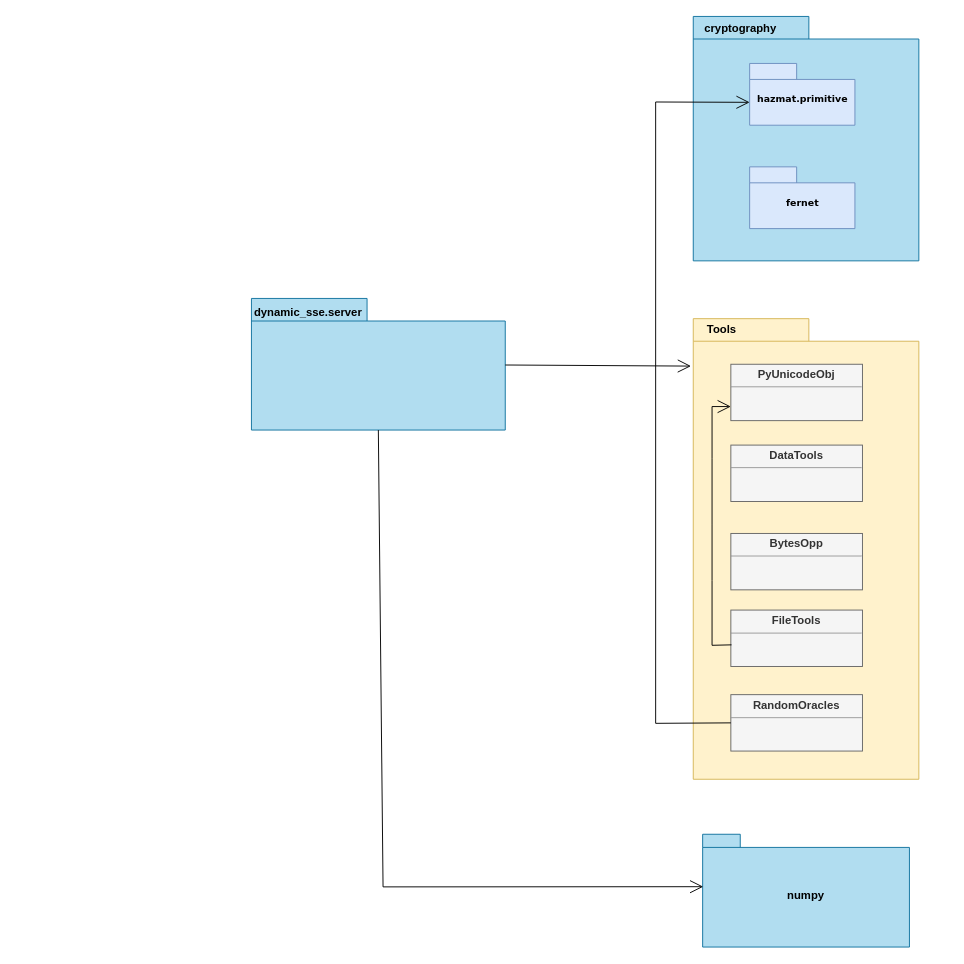
The draw.io diagram page "server" (5 of 5) of diagrams/structural/client_package.drawio in thisisel/dynamic-sse, before the edit. Source tidied: cells renumbered, new cells numbered last; positions are measured from the earlier drawing's top-left corner, leaving out a move shared by most shapes. Both pictures are drawn from the tidied source at 94%, with x=0, y=0 at pixel (251, 16).
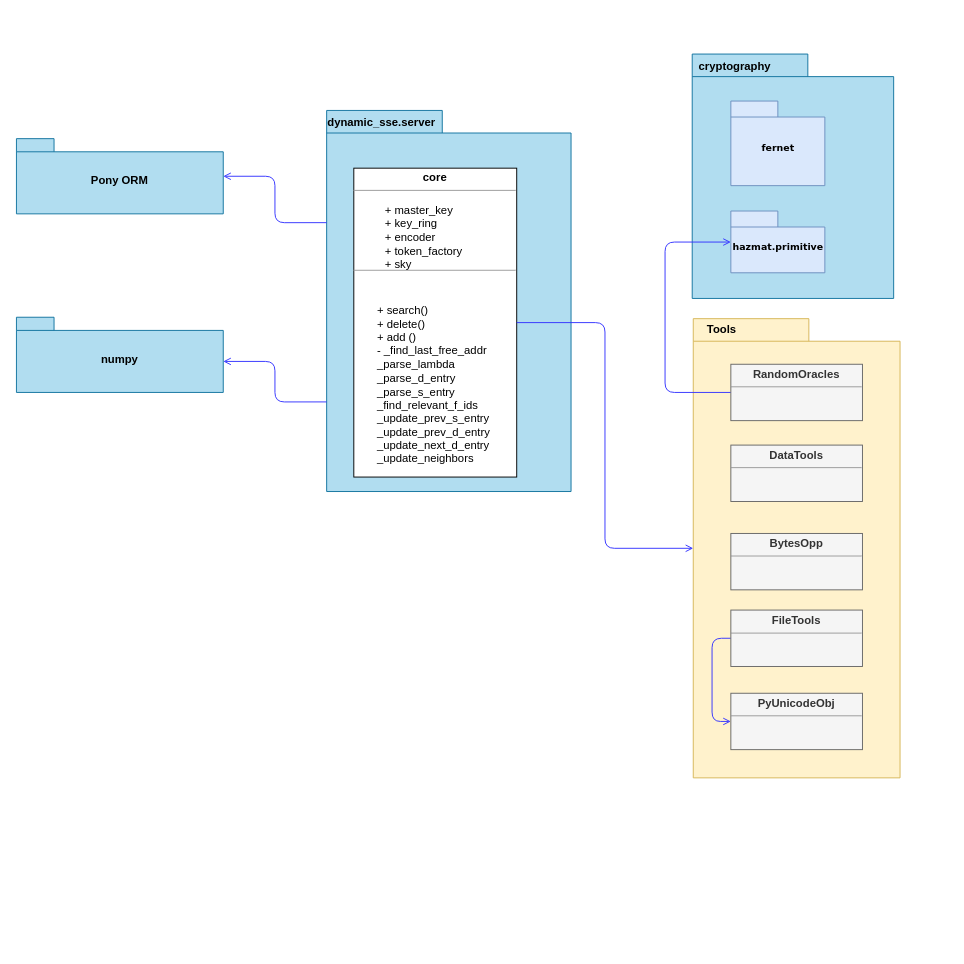
The same page after the edit.

The edit, as a diff of the source:
```diff
@@
-    <mxCell id="0" />
-    <mxCell id="1" parent="0" />
-    <mxCell id="2" style="group;" parent="1" vertex="1">
-      <mxGeometry x="460" width="280" height="260" as="geometry" />
-    </mxCell>
-    <mxCell id="3" style="shape=folder;fontStyle=1;spacingTop=10;tabWidth=123;tabHeight=24;tabPosition=left;html=1;rounded=0;shadow=0;comic=0;labelBackgroundColor=none;strokeWidth=1;fontFamily=Verdana;fontSize=10;align=center;fillColor=#b1ddf0;strokeColor=#10739e;" parent="2" vertex="1">
-      <mxGeometry x="10" width="240" height="260" as="geometry" />
-    </mxCell>
+    <mxCell id="24" />
+    <mxCell id="25" parent="24" />
+    <mxCell id="26" style="group;" parent="25" vertex="1">
+      <mxGeometry x="460" y="40" width="250" height="260" as="geometry" />
+    </mxCell>
+    <mxCell id="27" style="shape=folder;fontStyle=1;spacingTop=10;tabWidth=123;tabHeight=24;tabPosition=left;html=1;rounded=0;shadow=0;comic=0;labelBackgroundColor=none;strokeWidth=1;fontFamily=Verdana;fontSize=10;align=center;fillColor=#b1ddf0;strokeColor=#10739e;" parent="26" vertex="1">
+      <mxGeometry x="8.9" width="214.3" height="260" as="geometry" />
+    </mxCell>
-    <mxCell id="4" value="hazmat.primitive" style="shape=folder;fontStyle=1;spacingTop=10;tabWidth=50;tabHeight=17;tabPosition=left;html=1;rounded=0;shadow=0;comic=0;labelBackgroundColor=none;strokeWidth=1;fontFamily=Verdana;fontSize=10;align=center;fillColor=#dae8fc;strokeColor=#6c8ebf;" parent="2" vertex="1">
-      <mxGeometry x="70" y="50" width="112" height="65.7" as="geometry" />
+    <mxCell id="4" value="hazmat.primitive" style="shape=folder;fontStyle=1;spacingTop=10;tabWidth=50;tabHeight=17;tabPosition=left;html=1;rounded=0;shadow=0;comic=0;labelBackgroundColor=none;strokeWidth=1;fontFamily=Verdana;fontSize=10;align=center;fillColor=#dae8fc;strokeColor=#6c8ebf;" parent="26" vertex="1">
+      <mxGeometry x="50" y="167" width="100" height="65.7" as="geometry" />
     </mxCell>
+    <mxCell id="6" value="cryptography" style="text;align=center;fontStyle=1;verticalAlign=middle;spacingLeft=3;spacingRight=3;strokeColor=none;html=1;" parent="26" vertex="1">
+      <mxGeometry x="17.9" width="71.4" height="26" as="geometry" />
+    </mxCell>
-    <mxCell id="5" value="fernet" style="shape=folder;fontStyle=1;spacingTop=10;tabWidth=50;tabHeight=17;tabPosition=left;html=1;rounded=0;shadow=0;comic=0;labelBackgroundColor=none;strokeWidth=1;fontFamily=Verdana;fontSize=10;align=center;fillColor=#dae8fc;strokeColor=#6c8ebf;" parent="2" vertex="1">
-      <mxGeometry x="70" y="160" width="112" height="65.7" as="geometry" />
+    <mxCell id="5" value="fernet" style="shape=folder;fontStyle=1;spacingTop=10;tabWidth=50;tabHeight=17;tabPosition=left;html=1;rounded=0;shadow=0;comic=0;labelBackgroundColor=none;strokeWidth=1;fontFamily=Verdana;fontSize=10;align=center;fillColor=#dae8fc;strokeColor=#6c8ebf;" parent="26" vertex="1">
+      <mxGeometry x="50" y="50" width="100" height="90" as="geometry" />
     </mxCell>
-    <mxCell id="6" value="cryptography" style="text;align=center;fontStyle=1;verticalAlign=middle;spacingLeft=3;spacingRight=3;strokeColor=none;html=1;" parent="2" vertex="1">
-      <mxGeometry x="20" width="80" height="26" as="geometry" />
-    </mxCell>
-    <mxCell id="7" style="shape=folder;fontStyle=1;spacingTop=10;tabWidth=123;tabHeight=24;tabPosition=left;html=1;rounded=0;shadow=0;comic=0;labelBackgroundColor=none;strokeColor=#d6b656;strokeWidth=1;fillColor=#fff2cc;fontFamily=Verdana;fontSize=10;align=center;" parent="1" vertex="1">
-      <mxGeometry x="470" y="321.5" width="240" height="490" as="geometry" />
-    </mxCell>
-    <mxCell id="8" style="edgeStyle=elbowEdgeStyle;rounded=0;html=1;entryX=0.559;entryY=0.251;entryPerimeter=0;dashed=1;labelBackgroundColor=none;startFill=0;endArrow=open;endFill=0;endSize=10;fontFamily=Verdana;fontSize=10;" parent="1" edge="1">
-      <mxGeometry relative="1" as="geometry">
-        <mxPoint x="1249.8" y="454.5" as="sourcePoint" />
-      </mxGeometry>
-    </mxCell>
+    <mxCell id="28" style="shape=folder;fontStyle=1;spacingTop=10;tabWidth=123;tabHeight=24;tabPosition=left;html=1;rounded=0;shadow=0;comic=0;labelBackgroundColor=none;strokeColor=#d6b656;strokeWidth=1;fillColor=#fff2cc;fontFamily=Verdana;fontSize=10;align=center;" parent="25" vertex="1">
+      <mxGeometry x="470" y="321.5" width="220" height="488.5" as="geometry" />
+    </mxCell>
-    <mxCell id="9" value="Tools" style="text;align=center;fontStyle=1;verticalAlign=middle;spacingLeft=3;spacingRight=3;strokeColor=none;html=1;" parent="1" vertex="1">
+    <mxCell id="9" value="Tools" style="text;align=center;fontStyle=1;verticalAlign=middle;spacingLeft=3;spacingRight=3;strokeColor=none;html=1;" parent="25" vertex="1">
       <mxGeometry x="460" y="320" width="80" height="26" as="geometry" />
     </mxCell>
-    <mxCell id="10" value="&lt;p style=&quot;margin:0px;margin-top:4px;text-align:center;&quot;&gt;&lt;b&gt;BytesOpp&lt;/b&gt;&lt;/p&gt;&lt;hr size=&quot;1&quot;&gt;&lt;div style=&quot;height:2px;&quot;&gt;&lt;/div&gt;" style="verticalAlign=top;align=left;overflow=fill;fontSize=12;fontFamily=Helvetica;html=1;whiteSpace=wrap;fillColor=#f5f5f5;fontColor=#333333;strokeColor=#666666;" parent="1" vertex="1">
+    <mxCell id="10" value="&lt;p style=&quot;margin:0px;margin-top:4px;text-align:center;&quot;&gt;&lt;b&gt;BytesOpp&lt;/b&gt;&lt;/p&gt;&lt;hr size=&quot;1&quot;&gt;&lt;div style=&quot;height:2px;&quot;&gt;&lt;/div&gt;" style="verticalAlign=top;align=left;overflow=fill;fontSize=12;fontFamily=Helvetica;html=1;whiteSpace=wrap;fillColor=#f5f5f5;fontColor=#333333;strokeColor=#666666;" parent="25" vertex="1">
       <mxGeometry x="510" y="550" width="140" height="60" as="geometry" />
     </mxCell>
-    <mxCell id="11" value="&lt;p style=&quot;margin:0px;margin-top:4px;text-align:center;&quot;&gt;&lt;b&gt;DataTools&lt;/b&gt;&lt;/p&gt;&lt;hr size=&quot;1&quot;&gt;&lt;div style=&quot;height:2px;&quot;&gt;&lt;/div&gt;" style="verticalAlign=top;align=left;overflow=fill;fontSize=12;fontFamily=Helvetica;html=1;whiteSpace=wrap;fillColor=#f5f5f5;fontColor=#333333;strokeColor=#666666;" parent="1" vertex="1">
+    <mxCell id="11" value="&lt;p style=&quot;margin:0px;margin-top:4px;text-align:center;&quot;&gt;&lt;b&gt;DataTools&lt;/b&gt;&lt;/p&gt;&lt;hr size=&quot;1&quot;&gt;&lt;div style=&quot;height:2px;&quot;&gt;&lt;/div&gt;" style="verticalAlign=top;align=left;overflow=fill;fontSize=12;fontFamily=Helvetica;html=1;whiteSpace=wrap;fillColor=#f5f5f5;fontColor=#333333;strokeColor=#666666;" parent="25" vertex="1">
       <mxGeometry x="510" y="456" width="140" height="60" as="geometry" />
     </mxCell>
+    <mxCell id="15" style="edgeStyle=orthogonalEdgeStyle;rounded=1;jettySize=auto;html=1;exitX=0;exitY=0.5;exitDx=0;exitDy=0;strokeColor=#3333FF;endArrow=open;endFill=0;" parent="25" edge="1" source="12" target="14">
+      <mxGeometry relative="1" as="geometry">
+        <Array as="points">
+          <mxPoint x="490" y="662" />
+          <mxPoint x="490" y="750" />
+        </Array>
+      </mxGeometry>
+    </mxCell>
-    <mxCell id="12" value="&lt;p style=&quot;margin:0px;margin-top:4px;text-align:center;&quot;&gt;&lt;b&gt;FileTools&lt;/b&gt;&lt;/p&gt;&lt;hr size=&quot;1&quot;&gt;&lt;div style=&quot;height:2px;&quot;&gt;&lt;/div&gt;" style="verticalAlign=top;align=left;overflow=fill;fontSize=12;fontFamily=Helvetica;html=1;whiteSpace=wrap;fillColor=#f5f5f5;fontColor=#333333;strokeColor=#666666;" parent="1" vertex="1">
+    <mxCell id="12" value="&lt;p style=&quot;margin:0px;margin-top:4px;text-align:center;&quot;&gt;&lt;b&gt;FileTools&lt;/b&gt;&lt;/p&gt;&lt;hr size=&quot;1&quot;&gt;&lt;div style=&quot;height:2px;&quot;&gt;&lt;/div&gt;" style="verticalAlign=top;align=left;overflow=fill;fontSize=12;fontFamily=Helvetica;html=1;whiteSpace=wrap;fillColor=#f5f5f5;fontColor=#333333;strokeColor=#666666;" parent="25" vertex="1">
       <mxGeometry x="510" y="631.5" width="140" height="60" as="geometry" />
     </mxCell>
+    <mxCell id="16" style="edgeStyle=orthogonalEdgeStyle;rounded=1;jettySize=auto;html=1;exitX=0;exitY=0.5;exitDx=0;exitDy=0;strokeColor=#3333FF;endArrow=open;endFill=0;" parent="25" edge="1" source="13" target="4">
+      <mxGeometry relative="1" as="geometry">
+        <Array as="points">
+          <mxPoint x="440" y="400" />
+          <mxPoint x="440" y="240" />
+        </Array>
+      </mxGeometry>
+    </mxCell>
-    <mxCell id="13" value="&lt;p style=&quot;margin:0px;margin-top:4px;text-align:center;&quot;&gt;&lt;b&gt;RandomOracles&lt;/b&gt;&lt;/p&gt;&lt;hr size=&quot;1&quot;&gt;&lt;div style=&quot;height:2px;&quot;&gt;&lt;/div&gt;" style="verticalAlign=top;align=left;overflow=fill;fontSize=12;fontFamily=Helvetica;html=1;whiteSpace=wrap;fillColor=#f5f5f5;fontColor=#333333;strokeColor=#666666;" parent="1" vertex="1">
-      <mxGeometry x="510" y="721.5" width="140" height="60" as="geometry" />
+    <mxCell id="13" value="&lt;p style=&quot;margin:0px;margin-top:4px;text-align:center;&quot;&gt;&lt;b&gt;RandomOracles&lt;/b&gt;&lt;/p&gt;&lt;hr size=&quot;1&quot;&gt;&lt;div style=&quot;height:2px;&quot;&gt;&lt;/div&gt;" style="verticalAlign=top;align=left;overflow=fill;fontSize=12;fontFamily=Helvetica;html=1;whiteSpace=wrap;fillColor=#f5f5f5;fontColor=#333333;strokeColor=#666666;" parent="25" vertex="1">
+      <mxGeometry x="510" y="370" width="140" height="60" as="geometry" />
     </mxCell>
-    <mxCell id="14" value="&lt;p style=&quot;margin:0px;margin-top:4px;text-align:center;&quot;&gt;&lt;b&gt;PyUnicodeObj&lt;/b&gt;&lt;/p&gt;&lt;hr size=&quot;1&quot;&gt;&lt;div style=&quot;height:2px;&quot;&gt;&lt;/div&gt;" style="verticalAlign=top;align=left;overflow=fill;fontSize=12;fontFamily=Helvetica;html=1;whiteSpace=wrap;fillColor=#f5f5f5;fontColor=#333333;strokeColor=#666666;" parent="1" vertex="1">
-      <mxGeometry x="510" y="370" width="140" height="60" as="geometry" />
+    <mxCell id="14" value="&lt;p style=&quot;margin:0px;margin-top:4px;text-align:center;&quot;&gt;&lt;b&gt;PyUnicodeObj&lt;/b&gt;&lt;/p&gt;&lt;hr size=&quot;1&quot;&gt;&lt;div style=&quot;height:2px;&quot;&gt;&lt;/div&gt;" style="verticalAlign=top;align=left;overflow=fill;fontSize=12;fontFamily=Helvetica;html=1;whiteSpace=wrap;fillColor=#f5f5f5;fontColor=#333333;strokeColor=#666666;" parent="25" vertex="1">
+      <mxGeometry x="510" y="720" width="140" height="60" as="geometry" />
     </mxCell>
-    <mxCell id="15" style="endArrow=open;endFill=1;endSize=12;html=1;rounded=0;exitX=0.005;exitY=0.617;exitDx=0;exitDy=0;exitPerimeter=0;entryX=0;entryY=0.75;entryDx=0;entryDy=0;" parent="1" edge="1" source="12" target="14">
-      <mxGeometry relative="1" as="geometry">
-        <Array as="points">
-          <mxPoint x="490" y="669" />
-          <mxPoint x="490" y="600" />
-          <mxPoint x="490" y="540" />
-          <mxPoint x="490" y="470" />
-          <mxPoint x="490" y="415" />
-        </Array>
-      </mxGeometry>
-    </mxCell>
-    <mxCell id="16" style="endArrow=open;endFill=1;endSize=12;html=1;rounded=0;exitX=0;exitY=0.5;exitDx=0;exitDy=0;entryX=0;entryY=0;entryDx=0;entryDy=41.355;entryPerimeter=0;" parent="1" edge="1" source="13" target="4">
-      <mxGeometry relative="1" as="geometry">
-        <Array as="points">
-          <mxPoint x="430" y="752" />
-          <mxPoint x="430" y="91" />
-        </Array>
-      </mxGeometry>
-    </mxCell>
-    <mxCell id="17" style="group;" parent="1" vertex="1">
-      <mxGeometry y="300" width="270" height="140" as="geometry" />
-    </mxCell>
-    <mxCell id="18" style="group;" parent="17" vertex="1">
-      <mxGeometry width="270" height="140" as="geometry" />
-    </mxCell>
-    <mxCell id="19" style="shape=folder;fontStyle=1;spacingTop=10;tabWidth=123;tabHeight=24;tabPosition=left;html=1;rounded=0;shadow=0;comic=0;labelBackgroundColor=none;strokeWidth=1;fontFamily=Verdana;fontSize=10;align=center;fillColor=#b1ddf0;strokeColor=#10739e;" parent="18" vertex="1">
-      <mxGeometry width="270" height="140" as="geometry" />
-    </mxCell>
+    <mxCell id="29" value="Pony ORM" style="shape=folder;fontStyle=1;spacingTop=10;tabWidth=40;tabHeight=14;tabPosition=left;html=1;whiteSpace=wrap;fillColor=#b1ddf0;strokeColor=#10739e;" parent="25" vertex="1">
+      <mxGeometry x="-250" y="130" width="220" height="80" as="geometry" />
+    </mxCell>
+    <mxCell id="30" style="group;" parent="25" vertex="1">
+      <mxGeometry x="310" y="430" width="270" height="140" as="geometry" />
+    </mxCell>
+    <mxCell id="31" style="group;" parent="30" vertex="1">
+      <mxGeometry x="-230" y="-330" width="260" height="430" as="geometry" />
+    </mxCell>
+    <mxCell id="32" style="shape=folder;fontStyle=1;spacingTop=10;tabWidth=123;tabHeight=24;tabPosition=left;html=1;rounded=0;shadow=0;comic=0;labelBackgroundColor=none;strokeWidth=1;fontFamily=Verdana;fontSize=10;align=center;fillColor=#b1ddf0;strokeColor=#10739e;" parent="31" vertex="1">
+      <mxGeometry width="260" height="405.4" as="geometry" />
+    </mxCell>
-    <mxCell id="20" value="dynamic_sse.server" style="text;align=center;fontStyle=1;verticalAlign=middle;spacingLeft=3;spacingRight=3;strokeColor=none;html=1;" parent="18" vertex="1">
-      <mxGeometry x="10" y="2.4" width="100" height="26" as="geometry" />
+    <mxCell id="20" value="dynamic_sse.server" style="text;align=center;fontStyle=1;verticalAlign=middle;spacingLeft=3;spacingRight=3;strokeColor=none;html=1;" parent="31" vertex="1">
+      <mxGeometry x="9.6" y="-24.6" width="96.3" height="75.3" as="geometry" />
     </mxCell>
-    <mxCell id="21" style="endArrow=open;endFill=1;endSize=12;html=1;rounded=0;entryX=-0.01;entryY=0.103;entryDx=0;entryDy=0;entryPerimeter=0;" parent="1" edge="1" source="19" target="7">
-      <mxGeometry relative="1" as="geometry" />
-    </mxCell>
+    <mxCell id="33" value="&lt;p style=&quot;margin:0px;margin-top:4px;text-align:center;&quot;&gt;&lt;b&gt;core&lt;/b&gt;&lt;/p&gt;&lt;hr size=&quot;1&quot;&gt;&lt;div style=&quot;border-color: var(--border-color);&quot;&gt;&lt;br&gt;&lt;br&gt;&lt;/div&gt;&lt;div style=&quot;border-color: var(--border-color);&quot;&gt;&lt;br&gt;&lt;/div&gt;&lt;div style=&quot;border-color: var(--border-color);&quot;&gt;&lt;br&gt;&lt;/div&gt;&lt;div style=&quot;border-color: var(--border-color);&quot;&gt;&lt;br&gt;&lt;/div&gt;&lt;hr size=&quot;1&quot;&gt;&lt;div style=&quot;height:2px;&quot;&gt;&lt;br&gt;&lt;/div&gt;&lt;div style=&quot;height:2px;&quot;&gt;&lt;br&gt;&lt;/div&gt;&lt;div style=&quot;height:2px;&quot;&gt;&lt;br&gt;&lt;/div&gt;" style="verticalAlign=top;align=left;overflow=fill;fontSize=12;fontFamily=Helvetica;html=1;whiteSpace=wrap;" parent="31" vertex="1">
+      <mxGeometry x="28.9" y="61.4" width="173.3" height="328.6" as="geometry" />
+    </mxCell>
+    <mxCell id="34" value="&lt;div style=&quot;text-align: left;&quot;&gt;&lt;span style=&quot;background-color: initial;&quot;&gt;+ master_key&lt;/span&gt;&lt;/div&gt;&lt;div style=&quot;text-align: left;&quot;&gt;&lt;span style=&quot;background-color: initial;&quot;&gt;+ key_ring&lt;/span&gt;&lt;/div&gt;&lt;div style=&quot;text-align: left;&quot;&gt;&lt;span style=&quot;background-color: initial;&quot;&gt;+ encoder&lt;/span&gt;&lt;/div&gt;&lt;div style=&quot;text-align: left;&quot;&gt;&lt;span style=&quot;background-color: initial;&quot;&gt;+ token_factory&lt;/span&gt;&lt;/div&gt;&lt;div style=&quot;text-align: left;&quot;&gt;&lt;span style=&quot;background-color: initial;&quot;&gt;+ sky&lt;/span&gt;&lt;/div&gt;" style="text;html=1;align=center;verticalAlign=middle;strokeColor=none;fillColor=none;" parent="31" vertex="1">
+      <mxGeometry x="48.1" y="89.7" width="110" height="90" as="geometry" />
+    </mxCell>
+    <mxCell id="35" value="+ search()&lt;br&gt;+ delete()&lt;br&gt;+ add ()&lt;br&gt;-&amp;nbsp;_find_last_free_addr&lt;br&gt;_parse_lambda&lt;br&gt;_parse_d_entry&lt;br&gt;_parse_s_entry&lt;br&gt;_find_relevant_f_ids&lt;br&gt;_update_prev_s_entry&lt;br&gt;_update_prev_d_entry&lt;br&gt;_update_next_d_entry&lt;br&gt;_update_neighbors&lt;br&gt;" style="text;html=1;align=left;verticalAlign=middle;strokeColor=none;fillColor=none;" parent="31" vertex="1">
+      <mxGeometry x="52" y="196.6" width="140" height="190" as="geometry" />
+    </mxCell>
-    <mxCell id="22" value="numpy" style="shape=folder;fontStyle=1;spacingTop=10;tabWidth=40;tabHeight=14;tabPosition=left;html=1;whiteSpace=wrap;fillColor=#b1ddf0;strokeColor=#10739e;" parent="1" vertex="1">
-      <mxGeometry x="480" y="870" width="220" height="120" as="geometry" />
+    <mxCell id="22" value="numpy" style="shape=folder;fontStyle=1;spacingTop=10;tabWidth=40;tabHeight=14;tabPosition=left;html=1;whiteSpace=wrap;fillColor=#b1ddf0;strokeColor=#10739e;" parent="25" vertex="1">
+      <mxGeometry x="-250" y="320" width="220" height="80" as="geometry" />
     </mxCell>
-    <mxCell id="23" style="endArrow=open;endFill=1;endSize=12;html=1;rounded=0;exitX=0.5;exitY=1;exitDx=0;exitDy=0;exitPerimeter=0;entryX=0.003;entryY=0.465;entryDx=0;entryDy=0;entryPerimeter=0;" parent="1" edge="1" source="19" target="22">
-      <mxGeometry relative="1" as="geometry">
-        <Array as="points">
-          <mxPoint x="140" y="926" />
-        </Array>
-      </mxGeometry>
-    </mxCell>
+    <mxCell id="36" style="edgeStyle=orthogonalEdgeStyle;rounded=1;jettySize=auto;html=1;exitX=0;exitY=0;exitDx=0;exitDy=119.35714285714285;exitPerimeter=0;strokeColor=#3333FF;endArrow=open;endFill=0;" parent="25" edge="1" source="32" target="29">
+      <mxGeometry relative="1" as="geometry" />
+    </mxCell>
+    <mxCell id="37" style="edgeStyle=orthogonalEdgeStyle;rounded=1;jettySize=auto;html=1;exitX=0;exitY=0;exitDx=0;exitDy=310.07142857142856;exitPerimeter=0;entryX=0;entryY=0;entryDx=220;entryDy=47;entryPerimeter=0;strokeColor=#3333FF;endArrow=open;endFill=0;" parent="25" edge="1" source="32" target="22">
+      <mxGeometry relative="1" as="geometry" />
+    </mxCell>
+    <mxCell id="38" style="edgeStyle=orthogonalEdgeStyle;rounded=1;jettySize=auto;html=1;strokeColor=#3333FF;endArrow=open;endFill=0;" parent="25" edge="1" source="33" target="28">
+      <mxGeometry relative="1" as="geometry" />
+    </mxCell>
```
